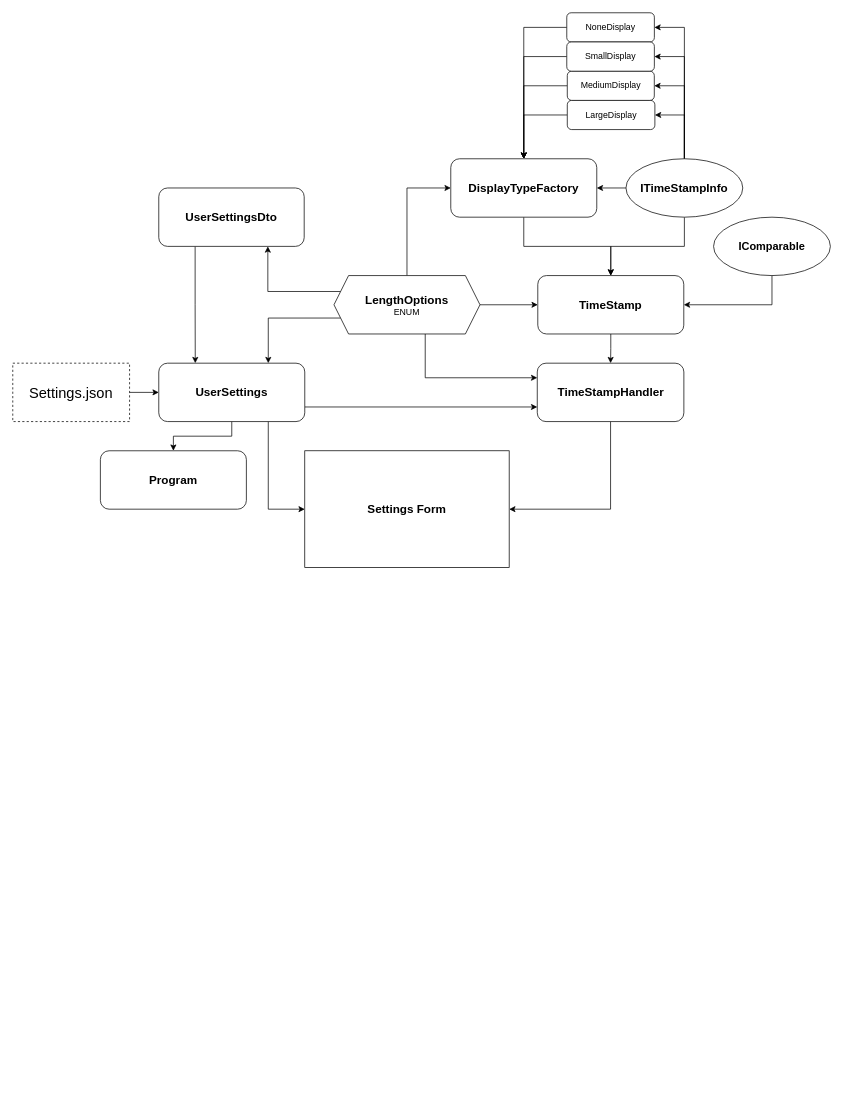
The draw.io diagram Chrono Count 3/ERD/ChronoCount3.drawio in Andy-Mckelvey05/Chrono-Count-3, before the edit. Source tidied: cells renumbered, new cells numbered last; positions are measured from the earlier drawing's top-left corner, leaving out a move shared by most shapes. Both pictures are drawn from the tidied source at 73%, with x=0, y=0 at pixel (12, 12).
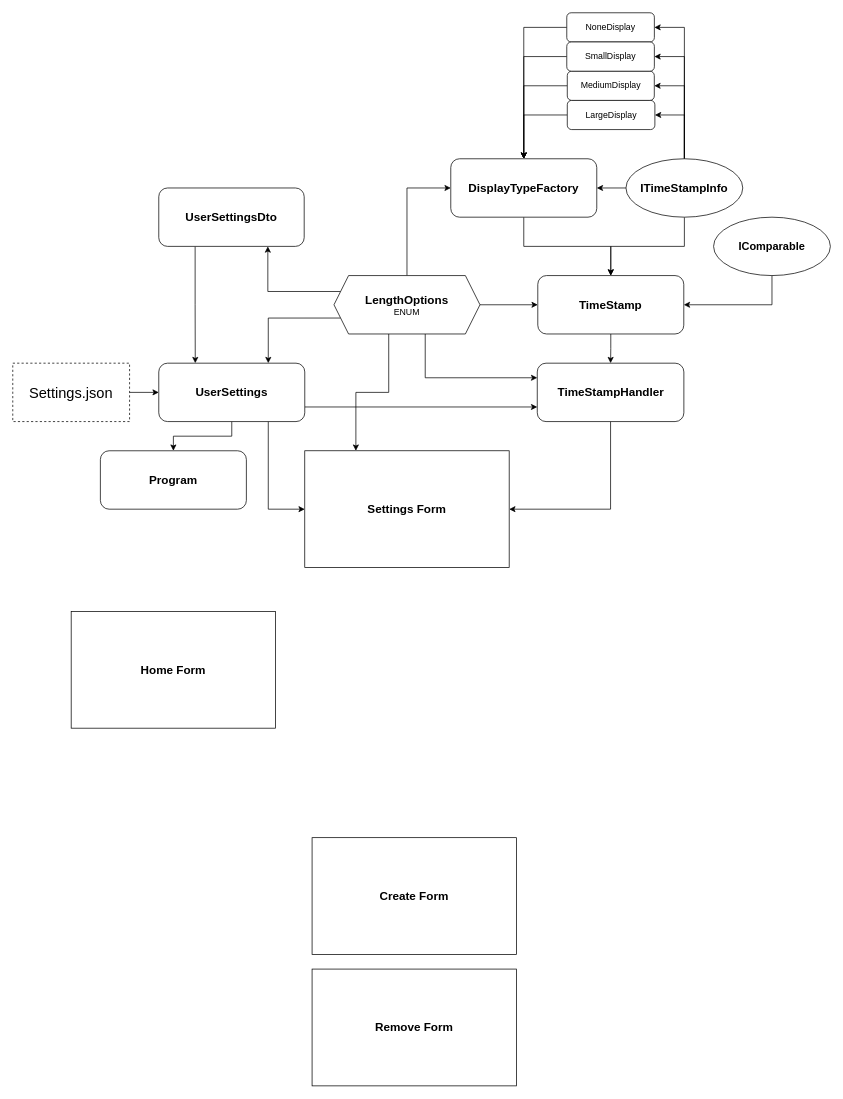
The same page after the edit.

Unchanged cells that the change refers to:
```xml
<mxCell id="28" value="&lt;font style=&quot;font-size: 16px;&quot;&gt;&lt;b&gt;LengthOptions&lt;/b&gt;&lt;/font&gt;&lt;div&gt;ENUM&lt;/div&gt;" style="shape=hexagon;perimeter=hexagonPerimeter2;whiteSpace=wrap;html=1;fixedSize=1;" parent="1" vertex="1">
  <mxGeometry x="440" y="360" width="200" height="80" as="geometry" />
</mxCell>
<mxCell id="40" value="&lt;b style=&quot;font-size: 16px;&quot;&gt;Settings Form&lt;/b&gt;" style="rounded=0;whiteSpace=wrap;html=1;" parent="1" vertex="1">
  <mxGeometry x="400" y="600" width="280" height="160" as="geometry" />
</mxCell>
```

What changed in the source:
```diff
@@
+    <mxCell id="41" style="edgeStyle=orthogonalEdgeStyle;rounded=0;jettySize=auto;html=1;exitX=0.375;exitY=1;exitDx=0;exitDy=0;entryX=0.25;entryY=0;entryDx=0;entryDy=0;" parent="1" edge="1" source="28" target="40">
+      <mxGeometry relative="1" as="geometry" />
+    </mxCell>
@@
+    <mxCell id="42" value="&lt;b style=&quot;font-size: 16px;&quot;&gt;Home Form&lt;/b&gt;" style="rounded=0;whiteSpace=wrap;html=1;" parent="1" vertex="1">
+      <mxGeometry x="80" y="820" width="280" height="160" as="geometry" />
+    </mxCell>
+    <mxCell id="43" value="&lt;b style=&quot;font-size: 16px;&quot;&gt;Create Form&lt;/b&gt;" style="rounded=0;whiteSpace=wrap;html=1;" parent="1" vertex="1">
+      <mxGeometry x="410" y="1130" width="280" height="160" as="geometry" />
+    </mxCell>
+    <mxCell id="44" value="&lt;b style=&quot;font-size: 16px;&quot;&gt;Remove Form&lt;/b&gt;" style="rounded=0;whiteSpace=wrap;html=1;" parent="1" vertex="1">
+      <mxGeometry x="410" y="1310" width="280" height="160" as="geometry" />
+    </mxCell>
```
